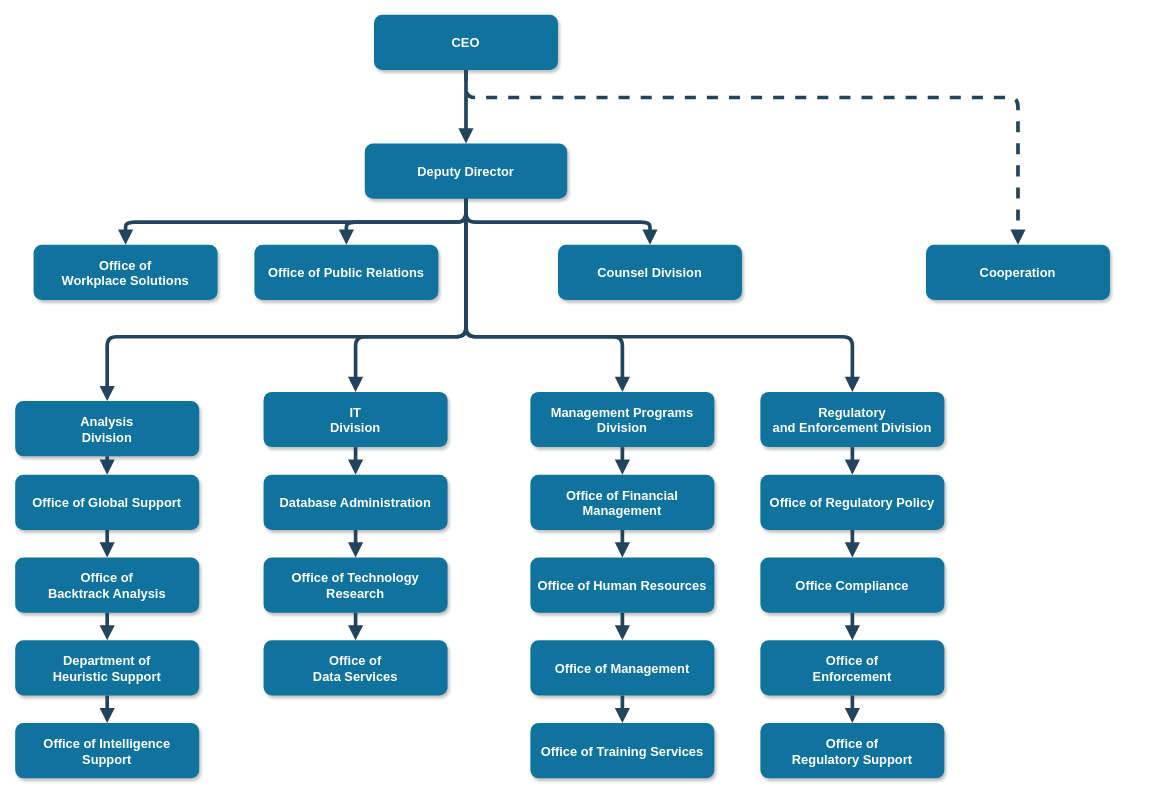
Before: ShareIO.drawio in S-8506/codenaive, a draw.io diagram. Source tidied: cells renumbered, new cells numbered last; positions are measured from the earlier drawing's top-left corner, leaving out a move shared by most shapes. Both pictures are drawn from the tidied source at 92%, with x=0, y=0 at pixel (15, 15).
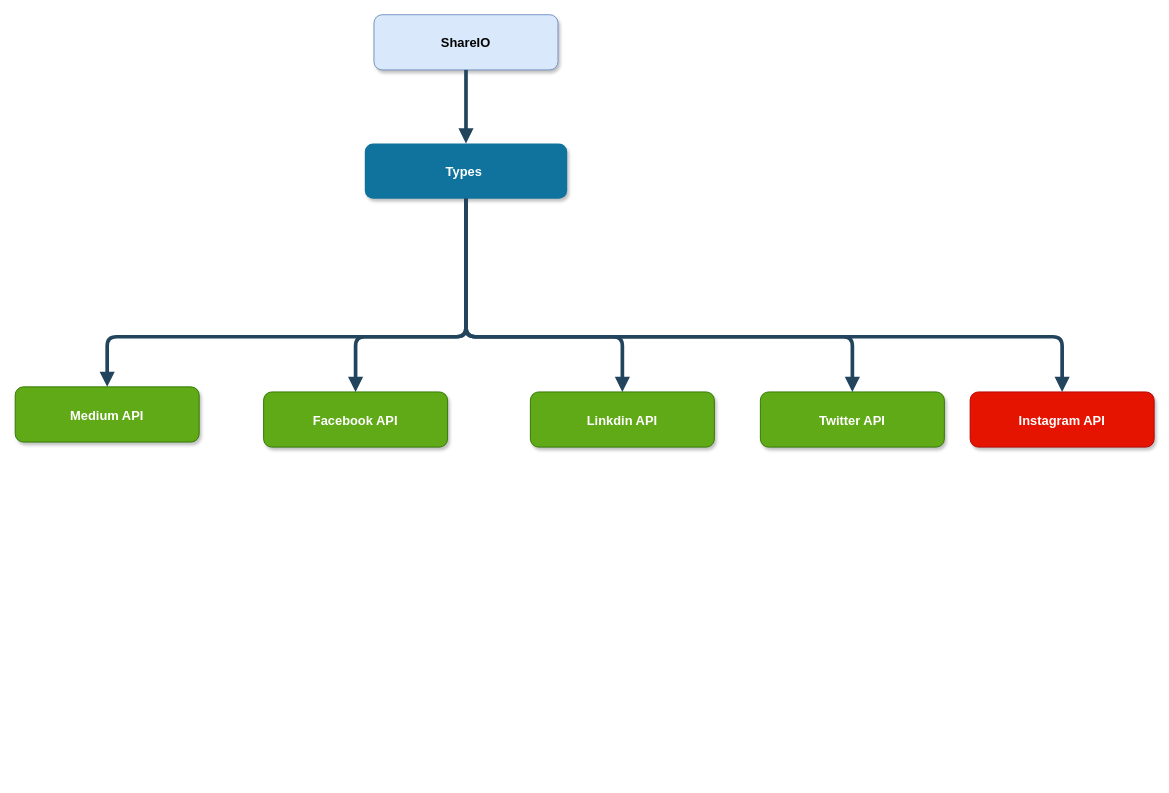
After the change.

What changed in the source:
```diff
@@
-    <mxCell id="2" value="CEO" style="rounded=1;fillColor=#10739E;strokeColor=none;shadow=1;gradientColor=none;fontStyle=1;fontColor=#FFFFFF;fontSize=14;" parent="1" vertex="1">
+    <mxCell id="2" value="ShareIO" style="rounded=1;fillColor=#dae8fc;shadow=1;fontStyle=1;fontSize=14;strokeColor=#6c8ebf;" parent="1" vertex="1">
       <mxGeometry x="390" y="-0.5" width="200" height="60" as="geometry" />
     </mxCell>
-    <mxCell id="3" value="Deputy Director" style="rounded=1;fillColor=#10739E;strokeColor=none;shadow=1;gradientColor=none;fontStyle=1;fontColor=#FFFFFF;fontSize=14;" parent="1" vertex="1">
+    <mxCell id="3" value="Types " style="rounded=1;fillColor=#10739E;strokeColor=none;shadow=1;gradientColor=none;fontStyle=1;fontColor=#FFFFFF;fontSize=14;" parent="1" vertex="1">
       <mxGeometry x="380" y="139.5" width="220" height="60" as="geometry" />
     </mxCell>
-    <mxCell id="4" value="Office of &#10;Workplace Solutions" style="rounded=1;fillColor=#10739E;strokeColor=none;shadow=1;gradientColor=none;fontStyle=1;fontColor=#FFFFFF;fontSize=14;" parent="1" vertex="1">
-      <mxGeometry x="20" y="249.5" width="200" height="60" as="geometry" />
-    </mxCell>
-    <mxCell id="5" value="Office of Public Relations" style="rounded=1;fillColor=#10739E;strokeColor=none;shadow=1;gradientColor=none;fontStyle=1;fontColor=#FFFFFF;fontSize=14;" parent="1" vertex="1">
-      <mxGeometry x="260" y="249.5" width="200" height="60" as="geometry" />
-    </mxCell>
-    <mxCell id="6" value="Counsel Division" style="rounded=1;fillColor=#10739E;strokeColor=none;shadow=1;gradientColor=none;fontStyle=1;fontColor=#FFFFFF;fontSize=14;" parent="1" vertex="1">
-      <mxGeometry x="590" y="249.5" width="200" height="60" as="geometry" />
-    </mxCell>
-    <mxCell id="7" value="Cooperation" style="rounded=1;fillColor=#10739E;strokeColor=none;shadow=1;gradientColor=none;fontStyle=1;fontColor=#FFFFFF;fontSize=14;" parent="1" vertex="1">
-      <mxGeometry x="990" y="249.5" width="200" height="60" as="geometry" />
-    </mxCell>
-    <mxCell id="8" value="Analysis &#10;Division" style="rounded=1;fillColor=#10739E;strokeColor=none;shadow=1;gradientColor=none;fontStyle=1;fontColor=#FFFFFF;fontSize=14;" parent="1" vertex="1">
-      <mxGeometry y="419.5" width="200" height="60" as="geometry" />
+    <mxCell id="8" value="Medium API" style="rounded=1;fillColor=#60a917;strokeColor=#2D7600;shadow=1;fontStyle=1;fontColor=#ffffff;fontSize=14;" parent="1" vertex="1">
+      <mxGeometry y="404" width="200" height="60" as="geometry" />
     </mxCell>
-    <mxCell id="9" value="Office of Global Support" style="rounded=1;fillColor=#10739E;strokeColor=none;shadow=1;gradientColor=none;fontStyle=1;fontColor=#FFFFFF;fontSize=14;" parent="1" vertex="1">
-      <mxGeometry y="499.5" width="200" height="60" as="geometry" />
-    </mxCell>
-    <mxCell id="10" value="Office of &#10;Backtrack Analysis" style="rounded=1;fillColor=#10739E;strokeColor=none;shadow=1;gradientColor=none;fontStyle=1;fontColor=#FFFFFF;fontSize=14;" parent="1" vertex="1">
-      <mxGeometry y="589.5" width="200" height="60" as="geometry" />
-    </mxCell>
-    <mxCell id="11" value="Department of &#10;Heuristic Support" style="rounded=1;fillColor=#10739E;strokeColor=none;shadow=1;gradientColor=none;fontStyle=1;fontColor=#FFFFFF;fontSize=14;" parent="1" vertex="1">
-      <mxGeometry y="679.5" width="200" height="60" as="geometry" />
-    </mxCell>
-    <mxCell id="12" value="Office of Intelligence &#10;Support" style="rounded=1;fillColor=#10739E;strokeColor=none;shadow=1;gradientColor=none;fontStyle=1;fontColor=#FFFFFF;fontSize=14;" parent="1" vertex="1">
-      <mxGeometry y="769.5" width="200" height="60" as="geometry" />
-    </mxCell>
-    <mxCell id="13" value="IT&#10;Division" style="rounded=1;fillColor=#10739E;strokeColor=none;shadow=1;gradientColor=none;fontStyle=1;fontColor=#FFFFFF;fontSize=14;" parent="1" vertex="1">
+    <mxCell id="13" value="Facebook API" style="rounded=1;fillColor=#60a917;strokeColor=#2D7600;shadow=1;fontStyle=1;fontColor=#ffffff;fontSize=14;" parent="1" vertex="1">
       <mxGeometry x="270" y="409.5" width="200" height="60" as="geometry" />
     </mxCell>
-    <mxCell id="14" value="Database Administration" style="rounded=1;fillColor=#10739E;strokeColor=none;shadow=1;gradientColor=none;fontStyle=1;fontColor=#FFFFFF;fontSize=14;" parent="1" vertex="1">
-      <mxGeometry x="270" y="499.5" width="200" height="60" as="geometry" />
-    </mxCell>
-    <mxCell id="15" value="Office of Technology &#10;Research" style="rounded=1;fillColor=#10739E;strokeColor=none;shadow=1;gradientColor=none;fontStyle=1;fontColor=#FFFFFF;fontSize=14;" parent="1" vertex="1">
-      <mxGeometry x="270" y="589.5" width="200" height="60" as="geometry" />
-    </mxCell>
-    <mxCell id="16" value="Office of&#10;Data Services" style="rounded=1;fillColor=#10739E;strokeColor=none;shadow=1;gradientColor=none;fontStyle=1;fontColor=#FFFFFF;fontSize=14;" parent="1" vertex="1">
-      <mxGeometry x="270" y="679.5" width="200" height="60" as="geometry" />
-    </mxCell>
-    <mxCell id="17" value="Management Programs &#10;Division" style="rounded=1;fillColor=#10739E;strokeColor=none;shadow=1;gradientColor=none;fontStyle=1;fontColor=#FFFFFF;fontSize=14;" parent="1" vertex="1">
+    <mxCell id="17" value="Linkdin API" style="rounded=1;fillColor=#60a917;strokeColor=#2D7600;shadow=1;fontStyle=1;fontColor=#ffffff;fontSize=14;" parent="1" vertex="1">
       <mxGeometry x="560" y="409.5" width="200" height="60" as="geometry" />
     </mxCell>
-    <mxCell id="18" value="Office of Financial &#10;Management" style="rounded=1;fillColor=#10739E;strokeColor=none;shadow=1;gradientColor=none;fontStyle=1;fontColor=#FFFFFF;fontSize=14;" parent="1" vertex="1">
-      <mxGeometry x="560" y="499.5" width="200" height="60" as="geometry" />
-    </mxCell>
-    <mxCell id="19" value="Office of Human Resources" style="rounded=1;fillColor=#10739E;strokeColor=none;shadow=1;gradientColor=none;fontStyle=1;fontColor=#FFFFFF;fontSize=14;" parent="1" vertex="1">
-      <mxGeometry x="560" y="589.5" width="200" height="60" as="geometry" />
-    </mxCell>
-    <mxCell id="20" value="Office of Management " style="rounded=1;fillColor=#10739E;strokeColor=none;shadow=1;gradientColor=none;fontStyle=1;fontColor=#FFFFFF;fontSize=14;" parent="1" vertex="1">
-      <mxGeometry x="560" y="679.5" width="200" height="60" as="geometry" />
-    </mxCell>
-    <mxCell id="21" value="Office of Training Services" style="rounded=1;fillColor=#10739E;strokeColor=none;shadow=1;gradientColor=none;fontStyle=1;fontColor=#FFFFFF;fontSize=14;" parent="1" vertex="1">
-      <mxGeometry x="560" y="769.5" width="200" height="60" as="geometry" />
-    </mxCell>
-    <mxCell id="22" value="Regulatory &#10;and Enforcement Division" style="rounded=1;fillColor=#10739E;strokeColor=none;shadow=1;gradientColor=none;fontStyle=1;fontColor=#FFFFFF;fontSize=14;" parent="1" vertex="1">
+    <mxCell id="22" value="Twitter API" style="rounded=1;fillColor=#60a917;strokeColor=#2D7600;shadow=1;fontStyle=1;fontColor=#ffffff;fontSize=14;" parent="1" vertex="1">
       <mxGeometry x="810" y="409.5" width="200" height="60" as="geometry" />
     </mxCell>
-    <mxCell id="23" value="Office of Regulatory Policy" style="rounded=1;fillColor=#10739E;strokeColor=none;shadow=1;gradientColor=none;fontStyle=1;fontColor=#FFFFFF;fontSize=14;" parent="1" vertex="1">
-      <mxGeometry x="810" y="499.5" width="200" height="60" as="geometry" />
-    </mxCell>
-    <mxCell id="24" value="Office Compliance" style="rounded=1;fillColor=#10739E;strokeColor=none;shadow=1;gradientColor=none;fontStyle=1;fontColor=#FFFFFF;fontSize=14;" parent="1" vertex="1">
-      <mxGeometry x="810" y="589.5" width="200" height="60" as="geometry" />
-    </mxCell>
-    <mxCell id="25" value="Office of &#10;Enforcement" style="rounded=1;fillColor=#10739E;strokeColor=none;shadow=1;gradientColor=none;fontStyle=1;fontColor=#FFFFFF;fontSize=14;" parent="1" vertex="1">
-      <mxGeometry x="810" y="679.5" width="200" height="60" as="geometry" />
-    </mxCell>
-    <mxCell id="26" value="Office of&#10; Regulatory Support" style="rounded=1;fillColor=#10739E;strokeColor=none;shadow=1;gradientColor=none;fontStyle=1;fontColor=#FFFFFF;fontSize=14;" parent="1" vertex="1">
-      <mxGeometry x="810" y="769.5" width="200" height="60" as="geometry" />
-    </mxCell>
@@
-    <mxCell id="28" style="edgeStyle=elbowEdgeStyle;elbow=vertical;strokeWidth=4;endArrow=block;endFill=1;fontStyle=1;strokeColor=#23445D;" parent="1" edge="1" source="3" target="5">
-      <mxGeometry x="22" y="165.5" as="geometry" />
-    </mxCell>
-    <mxCell id="29" style="edgeStyle=elbowEdgeStyle;elbow=vertical;strokeWidth=4;endArrow=block;endFill=1;fontStyle=1;strokeColor=#23445D;" parent="1" edge="1" source="3" target="4">
-      <mxGeometry x="22" y="165.5" as="geometry" />
-    </mxCell>
-    <mxCell id="30" style="edgeStyle=elbowEdgeStyle;elbow=vertical;strokeWidth=4;endArrow=block;endFill=1;fontStyle=1;strokeColor=#23445D;" parent="1" edge="1" source="3" target="6">
-      <mxGeometry x="22" y="165.5" as="geometry" />
-    </mxCell>
-    <mxCell id="31" style="edgeStyle=elbowEdgeStyle;elbow=vertical;strokeWidth=4;endArrow=block;endFill=1;fontStyle=1;dashed=1;strokeColor=#23445D;" parent="1" edge="1" source="2" target="7">
-      <mxGeometry x="22" y="165.5" as="geometry">
-        <Array as="points">
-          <mxPoint x="780" y="89.5" />
-        </Array>
-      </mxGeometry>
-    </mxCell>
@@
-    <mxCell id="34" style="edgeStyle=elbowEdgeStyle;elbow=vertical;strokeWidth=4;endArrow=block;endFill=1;fontStyle=1;strokeColor=#23445D;" parent="1" edge="1" source="8" target="9">
-      <mxGeometry x="62" y="165.5" as="geometry" />
-    </mxCell>
-    <mxCell id="35" style="edgeStyle=elbowEdgeStyle;elbow=vertical;strokeWidth=4;endArrow=block;endFill=1;fontStyle=1;strokeColor=#23445D;" parent="1" edge="1" source="9" target="10">
-      <mxGeometry x="62" y="175.5" as="geometry" />
-    </mxCell>
-    <mxCell id="36" style="edgeStyle=elbowEdgeStyle;elbow=vertical;strokeWidth=4;endArrow=block;endFill=1;fontStyle=1;strokeColor=#23445D;" parent="1" edge="1" source="10" target="11">
-      <mxGeometry x="62" y="185.5" as="geometry" />
-    </mxCell>
-    <mxCell id="37" style="edgeStyle=elbowEdgeStyle;elbow=vertical;strokeWidth=4;endArrow=block;endFill=1;fontStyle=1;strokeColor=#23445D;" parent="1" edge="1" source="11" target="12">
-      <mxGeometry x="62" y="195.5" as="geometry" />
-    </mxCell>
-    <mxCell id="38" style="edgeStyle=elbowEdgeStyle;elbow=vertical;strokeWidth=4;endArrow=block;endFill=1;fontStyle=1;strokeColor=#23445D;" parent="1" edge="1" source="13" target="14">
-      <mxGeometry x="62" y="165.5" as="geometry" />
-    </mxCell>
-    <mxCell id="39" style="edgeStyle=elbowEdgeStyle;elbow=vertical;strokeWidth=4;endArrow=block;endFill=1;fontStyle=1;strokeColor=#23445D;" parent="1" edge="1" source="14" target="15">
-      <mxGeometry x="62" y="175.5" as="geometry" />
-    </mxCell>
-    <mxCell id="40" style="edgeStyle=elbowEdgeStyle;elbow=vertical;strokeWidth=4;endArrow=block;endFill=1;fontStyle=1;strokeColor=#23445D;" parent="1" edge="1" source="15" target="16">
-      <mxGeometry x="62" y="185.5" as="geometry" />
-    </mxCell>
-    <mxCell id="41" style="edgeStyle=elbowEdgeStyle;elbow=vertical;strokeWidth=4;endArrow=block;endFill=1;fontStyle=1;strokeColor=#23445D;" parent="1" edge="1" source="17" target="18">
-      <mxGeometry x="72" y="165.5" as="geometry" />
-    </mxCell>
-    <mxCell id="42" style="edgeStyle=elbowEdgeStyle;elbow=vertical;strokeWidth=4;endArrow=block;endFill=1;fontStyle=1;strokeColor=#23445D;" parent="1" edge="1" source="18" target="19">
-      <mxGeometry x="72" y="175.5" as="geometry" />
-    </mxCell>
-    <mxCell id="43" style="edgeStyle=elbowEdgeStyle;elbow=vertical;strokeWidth=4;endArrow=block;endFill=1;fontStyle=1;strokeColor=#23445D;" parent="1" edge="1" source="19" target="20">
-      <mxGeometry x="72" y="185.5" as="geometry" />
-    </mxCell>
-    <mxCell id="44" style="edgeStyle=elbowEdgeStyle;elbow=vertical;strokeWidth=4;endArrow=block;endFill=1;fontStyle=1;strokeColor=#23445D;" parent="1" edge="1" source="20" target="21">
-      <mxGeometry x="72" y="195.5" as="geometry" />
-    </mxCell>
-    <mxCell id="45" style="edgeStyle=elbowEdgeStyle;elbow=vertical;strokeWidth=4;endArrow=block;endFill=1;fontStyle=1;strokeColor=#23445D;" parent="1" edge="1" source="22" target="23">
-      <mxGeometry x="72" y="165.5" as="geometry" />
-    </mxCell>
-    <mxCell id="46" style="edgeStyle=elbowEdgeStyle;elbow=vertical;strokeWidth=4;endArrow=block;endFill=1;fontStyle=1;strokeColor=#23445D;" parent="1" edge="1" source="23" target="24">
-      <mxGeometry x="72" y="175.5" as="geometry" />
-    </mxCell>
-    <mxCell id="47" style="edgeStyle=elbowEdgeStyle;elbow=vertical;strokeWidth=4;endArrow=block;endFill=1;fontStyle=1;strokeColor=#23445D;" parent="1" edge="1" source="24" target="25">
-      <mxGeometry x="72" y="185.5" as="geometry" />
-    </mxCell>
-    <mxCell id="48" style="edgeStyle=elbowEdgeStyle;elbow=vertical;strokeWidth=4;endArrow=block;endFill=1;fontStyle=1;strokeColor=#23445D;" parent="1" edge="1" source="25" target="26">
-      <mxGeometry x="72" y="195.5" as="geometry" />
-    </mxCell>
@@
+    <mxCell id="51" value="Instagram API" style="rounded=1;fillColor=#e51400;strokeColor=#B20000;shadow=1;fontStyle=1;fontSize=14;fontColor=#ffffff;" parent="1" vertex="1">
+      <mxGeometry x="1038" y="409.5" width="200" height="60" as="geometry" />
+    </mxCell>
+    <mxCell id="52" style="edgeStyle=elbowEdgeStyle;elbow=vertical;strokeWidth=4;endArrow=block;endFill=1;fontStyle=1;strokeColor=#23445D;exitX=0.5;exitY=1;exitDx=0;exitDy=0;" parent="1" edge="1" source="3" target="51">
+      <mxGeometry x="250" y="165.5" as="geometry">
+        <Array as="points">
+          <mxPoint x="918" y="349.5" />
+        </Array>
+      </mxGeometry>
+    </mxCell>
```
